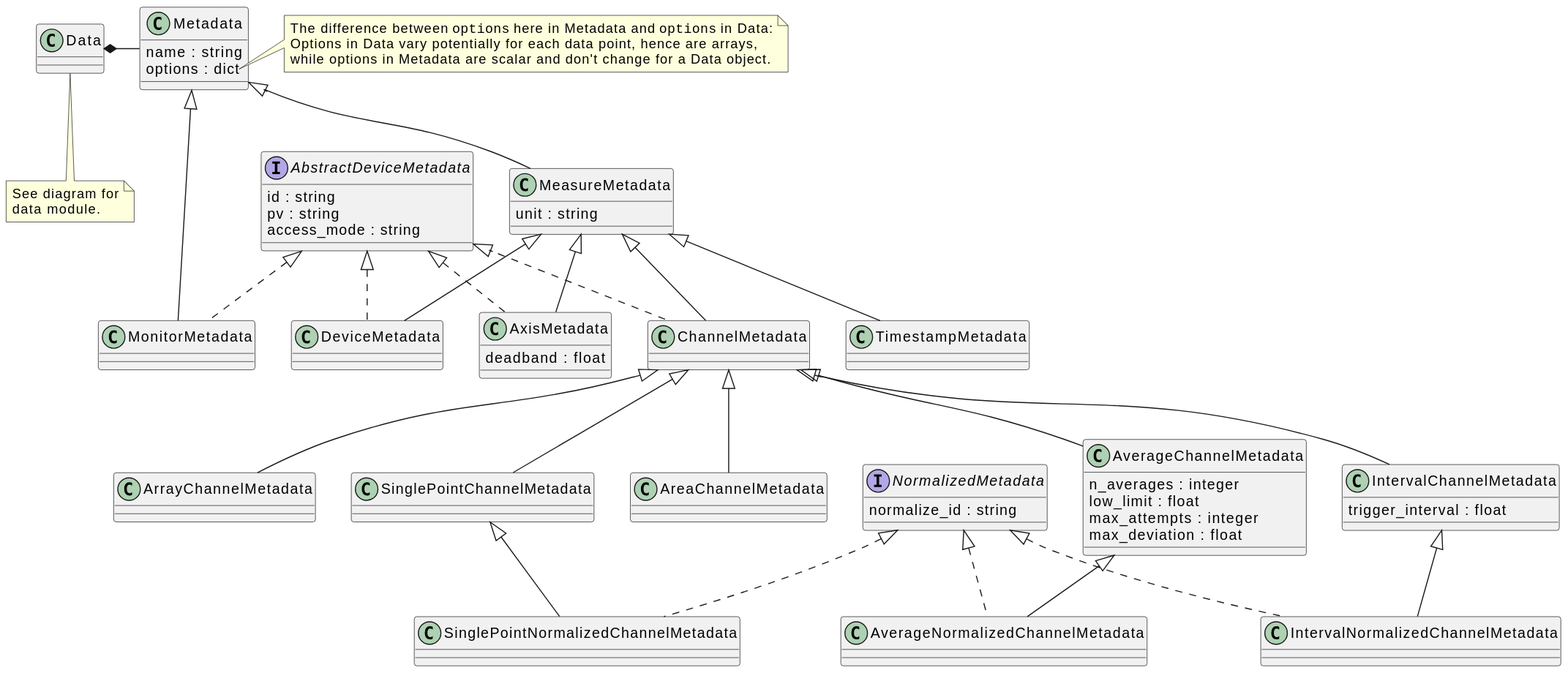
Before: docs/uml/evedata.evefile.metadata.svg, a diagram exported from PlantUML (tillbiskup/evedata). The source it was exported from:
```plantuml
@startuml
class Metadata {
    name : string
    options : dict
}
note right of Metadata::options
    The difference between ""options"" here in Metadata and ""options"" in Data:
    Options in Data vary potentially for each data point, hence are arrays,
    while options in Metadata are scalar and don't change for a Data object.
end note

class Data {
}
note bottom: See diagram for\ndata module.

interface AbstractDeviceMetadata {
    id : string
    pv : string
    access_mode : string
}

class MeasureMetadata extends Metadata {
    unit : string
}

class MonitorMetadata extends Metadata implements AbstractDeviceMetadata {
}

class DeviceMetadata extends MeasureMetadata implements AbstractDeviceMetadata  {
}

class AxisMetadata extends MeasureMetadata implements AbstractDeviceMetadata  {
    deadband : float
}

class ChannelMetadata extends MeasureMetadata implements AbstractDeviceMetadata  {
}

class TimestampMetadata extends MeasureMetadata {
}

class SinglePointChannelMetadata extends ChannelMetadata {}

class AverageChannelMetadata extends ChannelMetadata {
    n_averages : integer
    low_limit : float
    max_attempts : integer
    max_deviation : float
}

class IntervalChannelMetadata extends ChannelMetadata {
    trigger_interval : float
}

class ArrayChannelMetadata extends ChannelMetadata {
}

class AreaChannelMetadata extends ChannelMetadata {
}

Data *- Metadata

interface NormalizedMetadata {
    normalize_id : string
}

class SinglePointNormalizedChannelMetadata extends SinglePointChannelMetadata implements NormalizedMetadata {}

class AverageNormalizedChannelMetadata extends AverageChannelMetadata implements NormalizedMetadata {}

class IntervalNormalizedChannelMetadata extends IntervalChannelMetadata implements NormalizedMetadata {}
@enduml
```
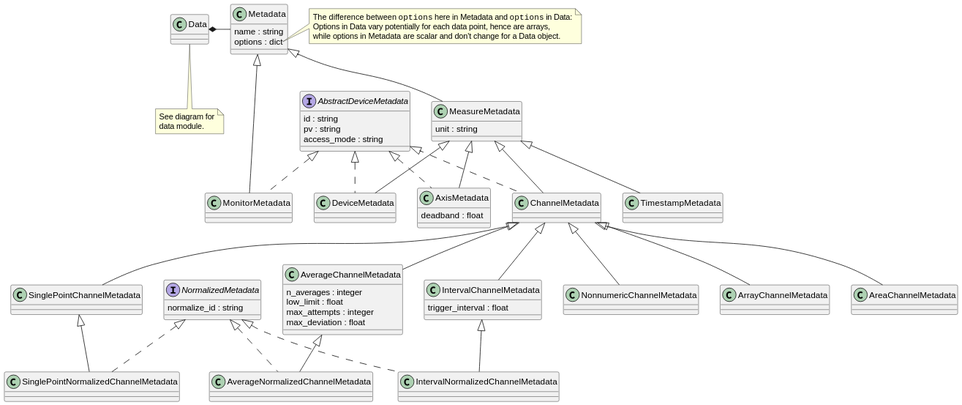
The same file after the commit.

Change to the diagram source:
```diff
@@ -39,6 +39,12 @@
 class TimestampMetadata extends MeasureMetadata {
 }
 
+NonnumericChannelMetadata -[hidden]>ArrayChannelMetadata
+ArrayChannelMetadata -[hidden]> AreaChannelMetadata
+
+class NonnumericChannelMetadata extends ChannelMetadata {
+}
+
 class SinglePointChannelMetadata extends ChannelMetadata {}
 
 class AverageChannelMetadata extends ChannelMetadata {
```
